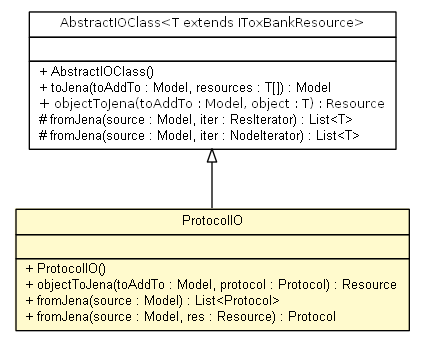
Above: apidocs/net/toxbank/client/io/rdf/ProtocolIO.png in ToxBank/toxbank-api-beans (Graphviz), before the change. Its source is kept beside it as apidocs/net/toxbank/client/io/rdf/ProtocolIO.dot.
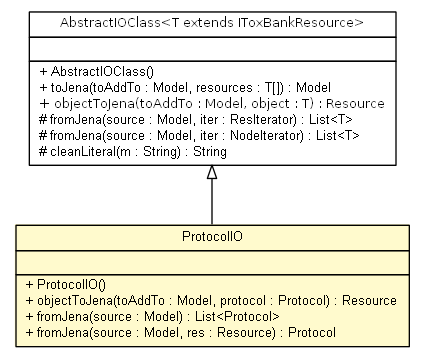
After the commit.

Diff of the diagram source:
```diff
@@ -2,7 +2,7 @@
 digraph G {
 	edge [fontname="arial",fontsize=10,labelfontname="arial",labelfontsize=10];
 	node [fontname="arial",fontsize=10,shape=plaintext];
-	c277 [label=<<table border="0" cellborder="1" cellspacing="0" cellpadding="2" port="p" bgcolor="lemonChiffon" href="./ProtocolIO.html">
+	c367 [label=<<table border="0" cellborder="1" cellspacing="0" cellpadding="2" port="p" bgcolor="lemonChiffon" href="./ProtocolIO.html">
 		<tr><td><table border="0" cellspacing="0" cellpadding="1">
 			<tr><td> ProtocolIO </td></tr>
 		</table></td></tr>
@@ -16,7 +16,7 @@
 			<tr><td align="left"> + fromJena(source : Model, res : Resource) : Protocol </td></tr>
 		</table></td></tr>
 		</table>>, fontname="arial", fontcolor="black", fontsize=10.0];
-	c285 [label=<<table border="0" cellborder="1" cellspacing="0" cellpadding="2" port="p" href="./AbstractIOClass.html">
+	c375 [label=<<table border="0" cellborder="1" cellspacing="0" cellpadding="2" port="p" href="./AbstractIOClass.html">
 		<tr><td><table border="0" cellspacing="0" cellpadding="1">
 			<tr><td><font face="ariali"> AbstractIOClass&lt;T extends IToxBankResource&gt; </font></td></tr>
 		</table></td></tr>
@@ -29,7 +29,8 @@
 			<tr><td align="left"><font face="ariali" point-size="10.0"> + objectToJena(toAddTo : Model, object : T) : Resource </font></td></tr>
 			<tr><td align="left"> # fromJena(source : Model, iter : ResIterator) : List&lt;T&gt; </td></tr>
 			<tr><td align="left"> # fromJena(source : Model, iter : NodeIterator) : List&lt;T&gt; </td></tr>
+			<tr><td align="left"> # cleanLiteral(m : String) : String </td></tr>
 		</table></td></tr>
 		</table>>, fontname="arial", fontcolor="black", fontsize=10.0];
-	c285:p -> c277:p [dir=back,arrowtail=empty];
+	c375:p -> c367:p [dir=back,arrowtail=empty];
 }
```
